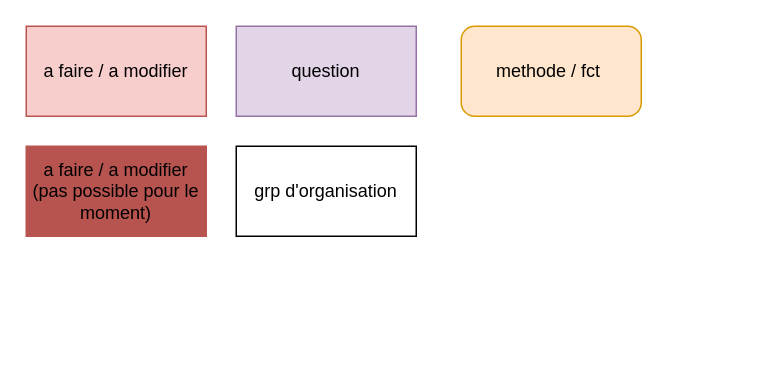
Earlier version of the draw.io diagram page "code couleur" (2 of 2) of B__Analyse/Regles_informatisees.drawio (gazhonsepaskwa/builder). Source tidied: cells renumbered, new cells numbered last; positions are measured from the earlier drawing's top-left corner, leaving out a move shared by most shapes. Both pictures are drawn from the tidied source at 150%, with x=0, y=0 at pixel (26, 26).
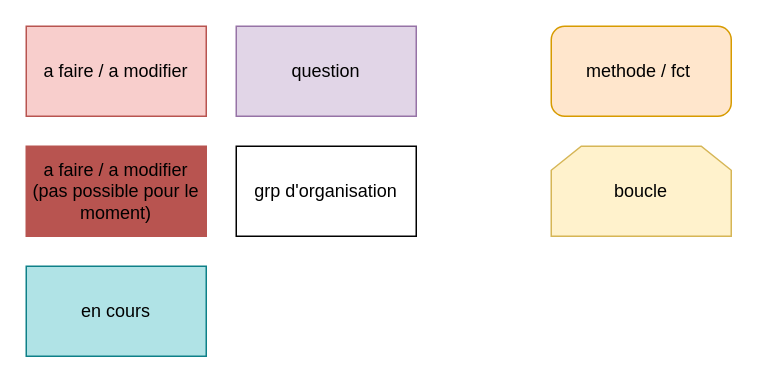
Above is the later version.

What changed in the source:
```diff
@@
 <mxGraphModel>
   <root>
     <mxCell id="0" />
     <mxCell id="1" parent="0" />
     <mxCell id="2" value="a faire / a modifier" style="rounded=0;whiteSpace=wrap;html=1;fillColor=#f8cecc;strokeColor=#b85450;" parent="1" vertex="1">
       <mxGeometry width="120" height="60" as="geometry" />
     </mxCell>
     <mxCell id="3" value="question" style="rounded=0;whiteSpace=wrap;html=1;fillColor=#e1d5e7;strokeColor=#9673a6;" parent="1" vertex="1">
       <mxGeometry x="140" width="120" height="60" as="geometry" />
     </mxCell>
     <mxCell id="4" value="a faire / a modifier&lt;br&gt;(pas possible pour le moment)" style="rounded=0;whiteSpace=wrap;html=1;fillColor=#B85450;strokeColor=#b85450;" parent="1" vertex="1">
       <mxGeometry y="80" width="120" height="60" as="geometry" />
     </mxCell>
     <mxCell id="5" value="grp d'organisation" style="rounded=0;whiteSpace=wrap;html=1;" parent="1" vertex="1">
       <mxGeometry x="140" y="80" width="120" height="60" as="geometry" />
     </mxCell>
     <mxCell id="6" value="methode / fct&amp;nbsp;" style="rounded=1;whiteSpace=wrap;html=1;fillColor=#ffe6cc;strokeColor=#d79b00;" parent="1" vertex="1">
-      <mxGeometry x="290" width="120" height="60" as="geometry" />
+      <mxGeometry x="350" width="120" height="60" as="geometry" />
     </mxCell>
+    <mxCell id="7" value="boucle" style="shape=loopLimit;whiteSpace=wrap;html=1;fillColor=#fff2cc;strokeColor=#d6b656;" parent="1" vertex="1">
+      <mxGeometry x="350" y="80" width="120" height="60" as="geometry" />
+    </mxCell>
+    <mxCell id="8" value="en cours" style="rounded=0;whiteSpace=wrap;html=1;fillColor=#b0e3e6;strokeColor=#0e8088;" parent="1" vertex="1">
+      <mxGeometry y="160" width="120" height="60" as="geometry" />
+    </mxCell>
   </root>
 </mxGraphModel>
```
